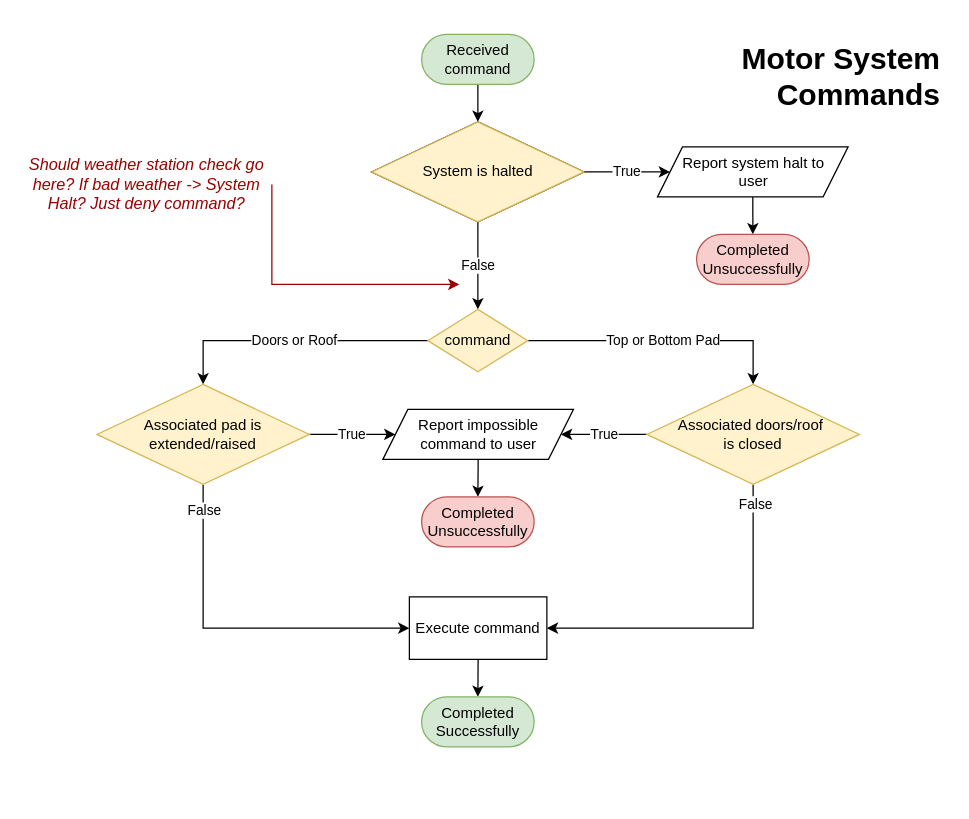
impress-msu/Documentation keeps this draw.io diagram as page "Motor-System-Commands" (2 of 9) of Draw-io Files/Nest Behavioral Diagrams Fall-2020.drawio. Above is the earlier version. Source tidied: cells renumbered, new cells numbered last; positions are measured from the earlier drawing's top-left corner, leaving out a move shared by most shapes. Both pictures are drawn from the tidied source at 125%, with x=0, y=0 at pixel (21, 34).
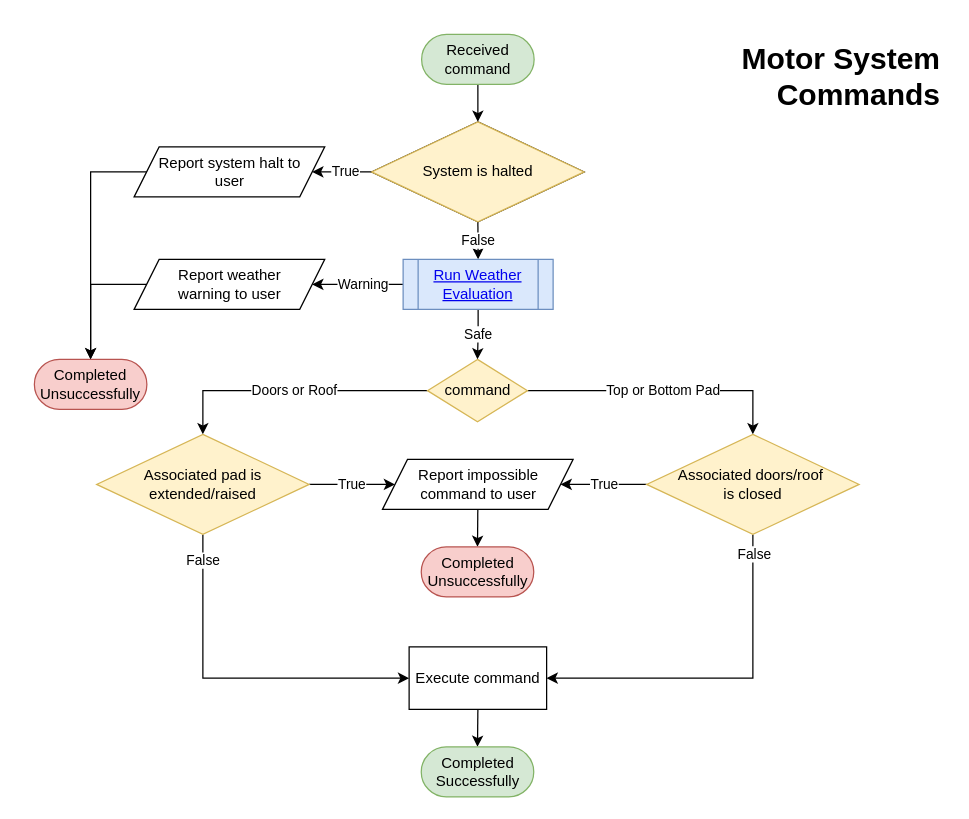
Above is the later version.

Commit message (it also covers changes not shown here):
Added weather eval

Unchanged cells that the change refers to:
```xml
<mxCell id="6" value="&lt;p style=&quot;line-height: 120%&quot;&gt;System is halted&lt;/p&gt;" style="rhombus;whiteSpace=wrap;html=1;spacing=20;spacingLeft=0;" parent="1" vertex="1">
  <mxGeometry x="279.8" y="70" width="170" height="80" as="geometry" />
</mxCell>
<mxCell id="27" value="&lt;p style=&quot;line-height: 120%&quot;&gt;System is halted&lt;/p&gt;" style="rhombus;whiteSpace=wrap;html=1;spacing=20;spacingLeft=0;fillColor=#fff2cc;strokeColor=#d6b656;" parent="1" vertex="1">
  <mxGeometry x="279.8" y="70" width="170" height="80" as="geometry" />
</mxCell>
```

Change to the diagram source:
```diff
@@
-    <mxCell id="4" value="False" style="edgeStyle=orthogonalEdgeStyle;rounded=0;jettySize=auto;html=1;exitX=0.5;exitY=1;exitDx=0;exitDy=0;entryX=0.5;entryY=0;entryDx=0;entryDy=0;" parent="1" edge="1" source="6" target="9">
-      <mxGeometry relative="1" as="geometry" />
-    </mxCell>
-    <mxCell id="5" value="True" style="edgeStyle=orthogonalEdgeStyle;rounded=0;jettySize=auto;html=1;exitX=1;exitY=0.5;exitDx=0;exitDy=0;entryX=0;entryY=0.5;entryDx=0;entryDy=0;" parent="1" edge="1" source="6" target="25">
-      <mxGeometry relative="1" as="geometry" />
-    </mxCell>
@@
     <mxCell id="9" value="command" style="rhombus;whiteSpace=wrap;html=1;align=center;fillColor=#fff2cc;strokeColor=#d6b656;" parent="1" vertex="1">
-      <mxGeometry x="324.8" y="220" width="80" height="50" as="geometry" />
+      <mxGeometry x="324.5" y="260" width="80" height="50" as="geometry" />
     </mxCell>
@@
     <mxCell id="13" value="&lt;p style=&quot;line-height: 120%&quot;&gt;Associated pad is extended/raised&lt;/p&gt;" style="rhombus;whiteSpace=wrap;html=1;spacing=20;spacingLeft=0;fillColor=#fff2cc;strokeColor=#d6b656;" parent="1" vertex="1">
-      <mxGeometry x="60" y="280" width="170" height="80" as="geometry" />
+      <mxGeometry x="59.8" y="320" width="170" height="80" as="geometry" />
     </mxCell>
@@
     <mxCell id="17" value="Associated doors/roof &#10;is closed" style="rhombus;whiteSpace=wrap;spacing=20;spacingLeft=0;fillColor=#fff2cc;strokeColor=#d6b656;" parent="1" vertex="1">
-      <mxGeometry x="500" y="280" width="170" height="80" as="geometry" />
+      <mxGeometry x="499.8" y="320" width="170" height="80" as="geometry" />
     </mxCell>
@@
     <mxCell id="19" value="Report impossible command to user" style="shape=parallelogram;perimeter=parallelogramPerimeter;whiteSpace=wrap;html=1;fixedSize=1;spacing=20;" parent="1" vertex="1">
-      <mxGeometry x="288.8" y="300" width="152.5" height="40" as="geometry" />
+      <mxGeometry x="288.5" y="340" width="152.5" height="40" as="geometry" />
     </mxCell>
@@
     <mxCell id="21" value="Execute command" style="rounded=0;whiteSpace=wrap;html=1;" parent="1" vertex="1">
-      <mxGeometry x="310" y="450" width="110" height="50" as="geometry" />
+      <mxGeometry x="309.8" y="490" width="110" height="50" as="geometry" />
     </mxCell>
     <mxCell id="22" value="Completed Successfully" style="rounded=1;whiteSpace=wrap;html=1;arcSize=50;fillColor=#d5e8d4;strokeColor=#82b366;" parent="1" vertex="1">
-      <mxGeometry x="319.8" y="530" width="90" height="40" as="geometry" />
+      <mxGeometry x="319.5" y="570" width="90" height="40" as="geometry" />
     </mxCell>
     <mxCell id="23" value="Completed Unsuccessfully" style="rounded=1;whiteSpace=wrap;html=1;arcSize=50;fillColor=#f8cecc;strokeColor=#b85450;" parent="1" vertex="1">
-      <mxGeometry x="319.8" y="370" width="90" height="40" as="geometry" />
+      <mxGeometry x="319.5" y="410" width="90" height="40" as="geometry" />
     </mxCell>
-    <mxCell id="24" style="edgeStyle=orthogonalEdgeStyle;rounded=0;jettySize=auto;html=1;exitX=0.5;exitY=1;exitDx=0;exitDy=0;entryX=0.5;entryY=0;entryDx=0;entryDy=0;" parent="1" edge="1" source="25" target="26">
-      <mxGeometry relative="1" as="geometry" />
+    <mxCell id="24" style="edgeStyle=orthogonalEdgeStyle;rounded=0;jettySize=auto;html=1;exitX=0;exitY=0.5;exitDx=0;exitDy=0;entryX=0.5;entryY=0;entryDx=0;entryDy=0;" parent="1" edge="1" source="25" target="26">
+      <mxGeometry relative="1" as="geometry">
+        <Array as="points">
+          <mxPoint x="55" y="110" />
+        </Array>
+      </mxGeometry>
     </mxCell>
     <mxCell id="25" value="Report system halt to user" style="shape=parallelogram;perimeter=parallelogramPerimeter;whiteSpace=wrap;html=1;fixedSize=1;spacing=20;" parent="1" vertex="1">
-      <mxGeometry x="508.5" y="90" width="152.5" height="40" as="geometry" />
+      <mxGeometry x="89.8" y="90" width="152.5" height="40" as="geometry" />
     </mxCell>
     <mxCell id="26" value="Completed Unsuccessfully" style="rounded=1;whiteSpace=wrap;html=1;arcSize=50;fillColor=#f8cecc;strokeColor=#b85450;" parent="1" vertex="1">
-      <mxGeometry x="539.8" y="160" width="90" height="40" as="geometry" />
+      <mxGeometry x="10" y="260" width="90" height="40" as="geometry" />
     </mxCell>
+    <mxCell id="5" value="True" style="edgeStyle=orthogonalEdgeStyle;rounded=0;jettySize=auto;html=1;exitX=0;exitY=0.5;exitDx=0;exitDy=0;entryX=1;entryY=0.5;entryDx=0;entryDy=0;" parent="1" edge="1" source="27" target="25">
+      <mxGeometry relative="1" as="geometry" />
+    </mxCell>
+    <mxCell id="4" value="False" style="edgeStyle=orthogonalEdgeStyle;rounded=0;jettySize=auto;html=1;exitX=0.5;exitY=1;exitDx=0;exitDy=0;entryX=0.5;entryY=0;entryDx=0;entryDy=0;" parent="1" edge="1" source="27" target="33">
+      <mxGeometry relative="1" as="geometry" />
+    </mxCell>
@@
-    <mxCell id="28" style="edgeStyle=orthogonalEdgeStyle;rounded=0;jettySize=auto;html=1;exitX=1;exitY=0.5;exitDx=0;exitDy=0;fontColor=#990000;strokeColor=#990000;" parent="1" edge="1" source="29">
-      <mxGeometry relative="1" as="geometry">
-        <mxPoint x="350" y="200" as="targetPoint" />
-        <Array as="points">
-          <mxPoint x="200" y="200" />
-        </Array>
-      </mxGeometry>
-    </mxCell>
-    <mxCell id="29" value="&lt;font style=&quot;font-size: 13px&quot; color=&quot;#990000&quot;&gt;&lt;i&gt;Should weather station check go here? If bad weather -&amp;gt; System Halt? Just deny command?&lt;/i&gt;&lt;/font&gt;" style="text;html=1;strokeColor=none;fillColor=none;align=center;verticalAlign=middle;whiteSpace=wrap;rounded=0;" parent="1" vertex="1">
-      <mxGeometry y="80" width="200" height="80" as="geometry" />
-    </mxCell>
@@
+    <mxCell id="31" value="Warning" style="edgeStyle=orthogonalEdgeStyle;rounded=0;jettySize=auto;html=1;exitX=0;exitY=0.5;exitDx=0;exitDy=0;entryX=1;entryY=0.5;entryDx=0;entryDy=0;" parent="1" edge="1" source="33" target="35">
+      <mxGeometry x="-0.12" relative="1" as="geometry" />
+    </mxCell>
+    <mxCell id="32" value="Safe&lt;br&gt;" style="edgeStyle=orthogonalEdgeStyle;rounded=0;jettySize=auto;html=1;exitX=0.5;exitY=1;exitDx=0;exitDy=0;entryX=0.5;entryY=0;entryDx=0;entryDy=0;" parent="1" edge="1" source="33" target="9">
+      <mxGeometry relative="1" as="geometry" />
+    </mxCell>
+    <mxCell id="33" value="&lt;a href=&quot;data:page/id,NW1ys60D_21QKCZti7Hj&quot;&gt;Run Weather Evaluation&lt;/a&gt;" style="shape=process;whiteSpace=wrap;html=1;backgroundOutline=1;fillColor=#dae8fc;strokeColor=#6c8ebf;" parent="1" vertex="1">
+      <mxGeometry x="305" y="180" width="120" height="40" as="geometry" />
+    </mxCell>
+    <mxCell id="34" style="edgeStyle=orthogonalEdgeStyle;rounded=0;jettySize=auto;html=1;exitX=0;exitY=0.5;exitDx=0;exitDy=0;entryX=0.5;entryY=0;entryDx=0;entryDy=0;" parent="1" edge="1" source="35" target="26">
+      <mxGeometry relative="1" as="geometry">
+        <Array as="points">
+          <mxPoint x="55" y="200" />
+        </Array>
+      </mxGeometry>
+    </mxCell>
+    <mxCell id="35" value="Report weather warning to user" style="shape=parallelogram;perimeter=parallelogramPerimeter;whiteSpace=wrap;html=1;fixedSize=1;spacing=20;" parent="1" vertex="1">
+      <mxGeometry x="89.8" y="180" width="152.5" height="40" as="geometry" />
+    </mxCell>
```
